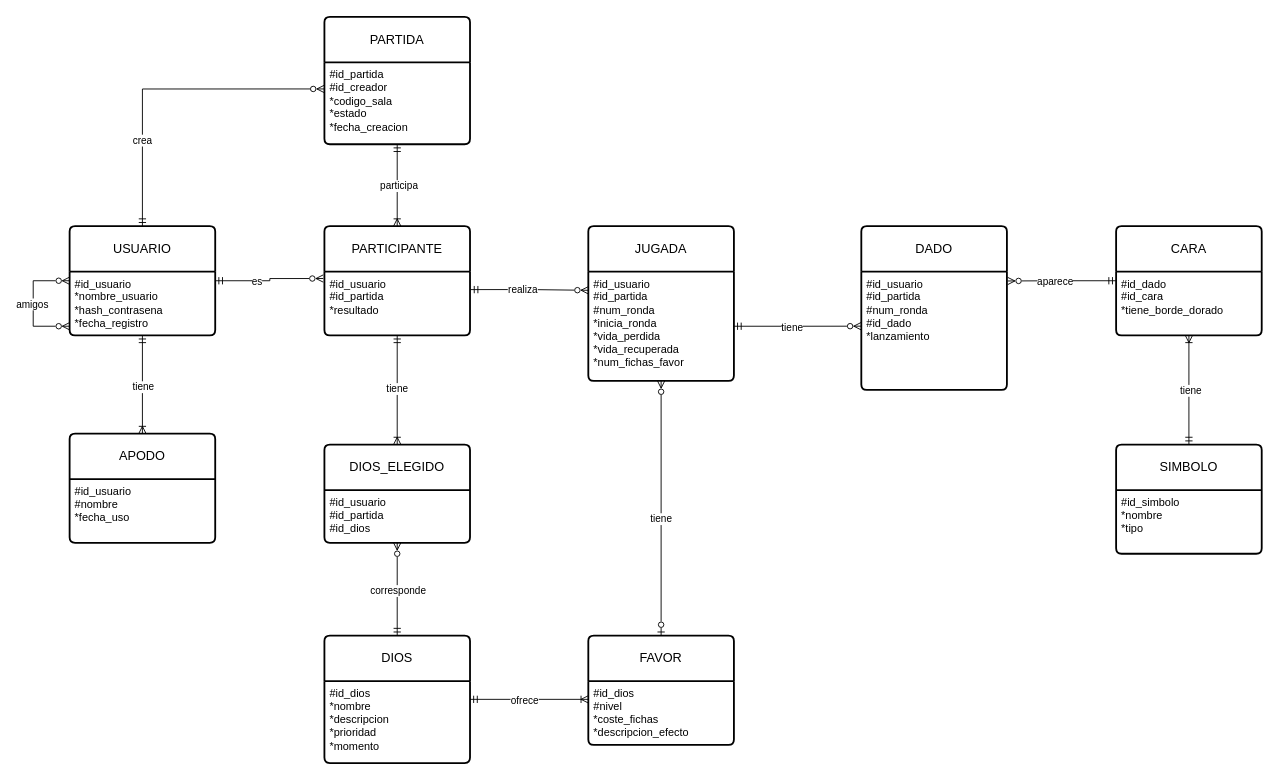
observadoro/mer keeps this draw.io diagram as page "modelo-er" (1 of 3) of diagrams/modelado-proyecto-orlog.drawio. Above is the earlier version. Source tidied: cells renumbered, new cells numbered last; positions are measured from the earlier drawing's top-left corner, leaving out a move shared by most shapes. Both pictures are drawn from the tidied source at 91%, with x=0, y=0 at pixel (33, 16).
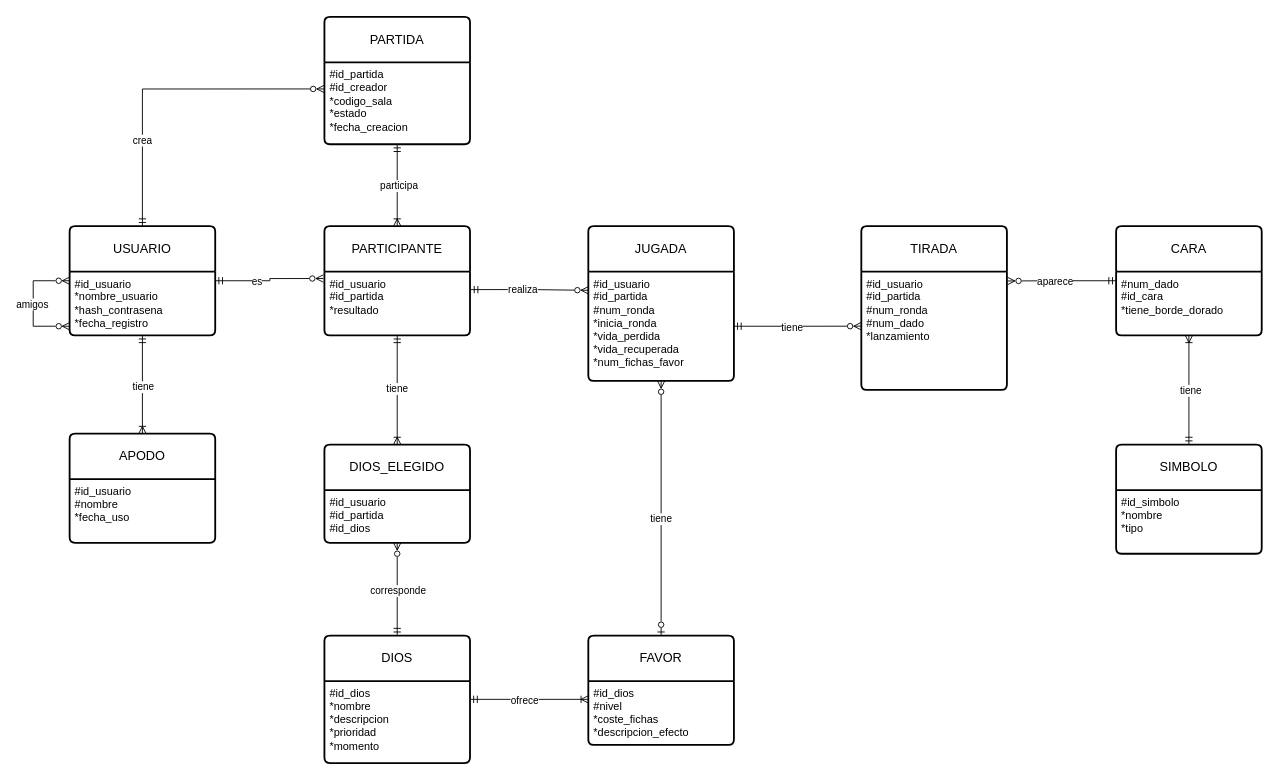
The same page after the edit.

The change refers to these unchanged cells:
```xml
<mxCell id="44" value="CARA" style="swimlane;horizontal=1;startSize=50;rounded=1;fontSize=14;fontStyle=0;strokeWidth=2;shadow=0;dashed=0;align=center;arcSize=4;whiteSpace=wrap;html=1;" parent="1" vertex="1">
  <mxGeometry x="1190" y="230" width="160" height="120" as="geometry" />
</mxCell>
```

Diff of the diagram source:
```diff
@@
-    <mxCell id="40" value="DADO" style="swimlane;horizontal=1;startSize=50;rounded=1;fontSize=14;fontStyle=0;strokeWidth=2;shadow=0;dashed=0;align=center;arcSize=4;whiteSpace=wrap;html=1;" parent="1" vertex="1">
+    <mxCell id="40" value="TIRADA" style="swimlane;horizontal=1;startSize=50;rounded=1;fontSize=14;fontStyle=0;strokeWidth=2;shadow=0;dashed=0;align=center;arcSize=4;whiteSpace=wrap;html=1;" parent="1" vertex="1">
       <mxGeometry x="910" y="230" width="160" height="180" as="geometry" />
     </mxCell>
-    <mxCell id="41" value="#id_usuario&lt;div&gt;#id_partida&lt;/div&gt;&lt;div&gt;#num_ronda&lt;/div&gt;&lt;div&gt;#id_dado&lt;/div&gt;&lt;div&gt;*lanzamiento&lt;/div&gt;" style="align=left;strokeColor=none;fillColor=none;spacingLeft=4;spacingRight=4;fontSize=12;verticalAlign=top;html=1;whiteSpace=wrap;" parent="40" vertex="1">
+    <mxCell id="41" value="#id_usuario&lt;div&gt;#id_partida&lt;/div&gt;&lt;div&gt;#num_ronda&lt;/div&gt;&lt;div&gt;#num_dado&lt;/div&gt;&lt;div&gt;*lanzamiento&lt;/div&gt;" style="align=left;strokeColor=none;fillColor=none;spacingLeft=4;spacingRight=4;fontSize=12;verticalAlign=top;html=1;whiteSpace=wrap;" parent="40" vertex="1">
       <mxGeometry y="50" width="160" height="130" as="geometry" />
     </mxCell>
@@
-    <mxCell id="45" value="&lt;div&gt;#id_dado&lt;/div&gt;&lt;div&gt;#id_cara&lt;/div&gt;&lt;div&gt;*tiene_borde_dorado&lt;/div&gt;" style="align=left;strokeColor=none;fillColor=none;spacingLeft=4;spacingRight=4;fontSize=12;verticalAlign=top;html=1;whiteSpace=wrap;" parent="44" vertex="1">
+    <mxCell id="45" value="&lt;div&gt;#num_dado&lt;/div&gt;&lt;div&gt;#id_cara&lt;/div&gt;&lt;div&gt;*tiene_borde_dorado&lt;/div&gt;" style="align=left;strokeColor=none;fillColor=none;spacingLeft=4;spacingRight=4;fontSize=12;verticalAlign=top;html=1;whiteSpace=wrap;" parent="44" vertex="1">
       <mxGeometry y="50" width="160" height="70" as="geometry" />
     </mxCell>
```
